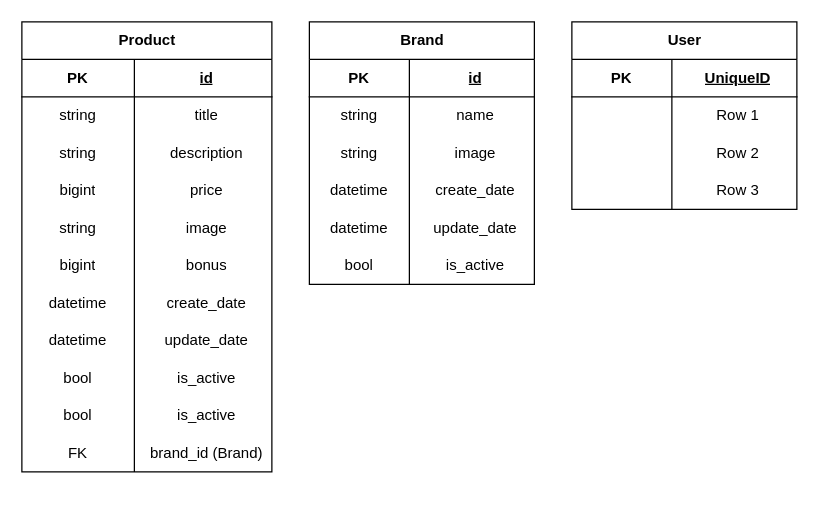
The draw.io diagram entity.drawio in Monksed/React_Shop, before the edit. Source tidied: cells renumbered, new cells numbered last; positions are measured from the earlier drawing's top-left corner, leaving out a move shared by most shapes. Both pictures are drawn from the tidied source at 125%, with x=0, y=0 at pixel (21, 21).
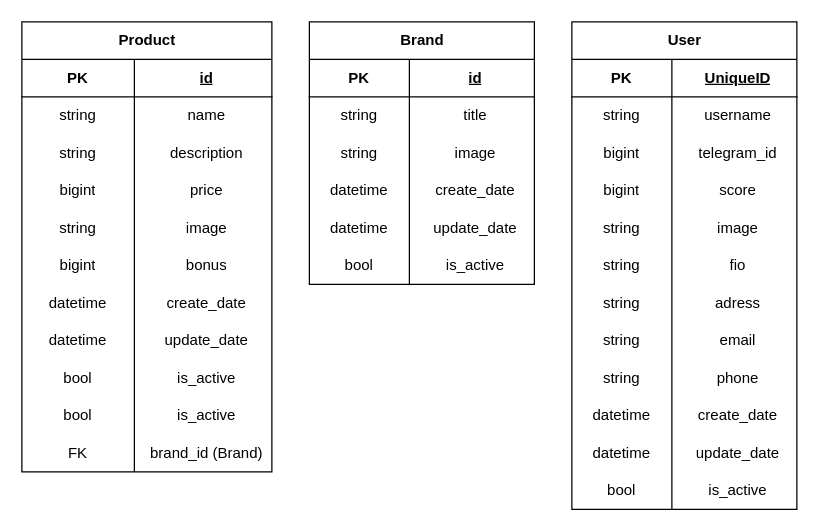
The same page after the edit.

Unchanged cells that the change refers to:
```xml
<mxCell id="6" style="shape=tableRow;horizontal=0;startSize=0;swimlaneHead=0;swimlaneBody=0;fillColor=none;top=0;left=0;right=0;bottom=0;align=center;" parent="2" vertex="1">
  <mxGeometry y="60" width="200" height="30" as="geometry" />
</mxCell>
<mxCell id="40" style="shape=tableRow;horizontal=0;startSize=0;swimlaneHead=0;swimlaneBody=0;fillColor=none;top=0;left=0;right=0;bottom=0;align=center;" parent="36" vertex="1">
  <mxGeometry y="60" width="180" height="30" as="geometry" />
</mxCell>
<mxCell id="59" style="shape=tableRow;horizontal=0;startSize=0;swimlaneHead=0;swimlaneBody=0;fillColor=none;top=0;left=0;right=0;bottom=0;align=center;" parent="55" vertex="1">
  <mxGeometry y="60" width="180" height="30" as="geometry" />
</mxCell>
<mxCell id="62" style="shape=tableRow;horizontal=0;startSize=0;swimlaneHead=0;swimlaneBody=0;fillColor=none;top=0;left=0;right=0;bottom=0;align=center;" parent="55" vertex="1">
  <mxGeometry y="90" width="180" height="30" as="geometry" />
</mxCell>
<mxCell id="65" style="shape=tableRow;horizontal=0;startSize=0;swimlaneHead=0;swimlaneBody=0;fillColor=none;top=0;left=0;right=0;bottom=0;align=center;" parent="55" vertex="1">
  <mxGeometry y="120" width="180" height="30" as="geometry" />
</mxCell>
```

Change to the diagram source:
```diff
@@
-    <mxCell id="8" value="title" style="shape=partialRectangle;fillColor=none;top=0;left=0;bottom=0;right=0;align=center;spacingLeft=6;overflow=hidden;whiteSpace=wrap;html=1;" parent="6" vertex="1">
+    <mxCell id="8" value="name" style="shape=partialRectangle;fillColor=none;top=0;left=0;bottom=0;right=0;align=center;spacingLeft=6;overflow=hidden;whiteSpace=wrap;html=1;" parent="6" vertex="1">
       <mxGeometry x="90" width="110" height="30" as="geometry" />
     </mxCell>
@@
-    <mxCell id="42" value="name" style="shape=partialRectangle;fillColor=none;top=0;left=0;bottom=0;right=0;align=center;spacingLeft=6;overflow=hidden;whiteSpace=wrap;html=1;" parent="40" vertex="1">
+    <mxCell id="42" value="title" style="shape=partialRectangle;fillColor=none;top=0;left=0;bottom=0;right=0;align=center;spacingLeft=6;overflow=hidden;whiteSpace=wrap;html=1;" parent="40" vertex="1">
       <mxGeometry x="80" width="100" height="30" as="geometry" />
     </mxCell>
@@
     <mxCell id="55" value="User" style="shape=table;startSize=30;childLayout=tableLayout;rowLines=0;fontStyle=1;align=center;html=1;" parent="1" vertex="1">
-      <mxGeometry x="440" width="180" height="150" as="geometry" />
+      <mxGeometry x="440" width="180" height="390" as="geometry" />
     </mxCell>
@@
-    <mxCell id="60" style="shape=partialRectangle;fillColor=none;top=0;left=0;bottom=0;right=0;overflow=hidden;whiteSpace=wrap;html=1;align=center;" parent="59" vertex="1">
+    <mxCell id="60" value="string" style="shape=partialRectangle;fillColor=none;top=0;left=0;bottom=0;right=0;overflow=hidden;whiteSpace=wrap;html=1;align=center;" parent="59" vertex="1">
       <mxGeometry width="80" height="30" as="geometry" />
     </mxCell>
-    <mxCell id="61" value="Row 1" style="shape=partialRectangle;fillColor=none;top=0;left=0;bottom=0;right=0;align=center;spacingLeft=6;overflow=hidden;whiteSpace=wrap;html=1;" parent="59" vertex="1">
+    <mxCell id="61" value="username" style="shape=partialRectangle;fillColor=none;top=0;left=0;bottom=0;right=0;align=center;spacingLeft=6;overflow=hidden;whiteSpace=wrap;html=1;" parent="59" vertex="1">
       <mxGeometry x="80" width="100" height="30" as="geometry" />
     </mxCell>
@@
-    <mxCell id="63" style="shape=partialRectangle;fillColor=none;top=0;left=0;bottom=0;right=0;overflow=hidden;whiteSpace=wrap;html=1;align=center;" parent="62" vertex="1">
+    <mxCell id="63" value="bigint" style="shape=partialRectangle;fillColor=none;top=0;left=0;bottom=0;right=0;overflow=hidden;whiteSpace=wrap;html=1;align=center;" parent="62" vertex="1">
       <mxGeometry width="80" height="30" as="geometry" />
     </mxCell>
-    <mxCell id="64" value="Row 2" style="shape=partialRectangle;fillColor=none;top=0;left=0;bottom=0;right=0;align=center;spacingLeft=6;overflow=hidden;whiteSpace=wrap;html=1;" parent="62" vertex="1">
+    <mxCell id="64" value="telegram_id" style="shape=partialRectangle;fillColor=none;top=0;left=0;bottom=0;right=0;align=center;spacingLeft=6;overflow=hidden;whiteSpace=wrap;html=1;" parent="62" vertex="1">
       <mxGeometry x="80" width="100" height="30" as="geometry" />
     </mxCell>
@@
-    <mxCell id="66" style="shape=partialRectangle;fillColor=none;top=0;left=0;bottom=0;right=0;overflow=hidden;whiteSpace=wrap;html=1;align=center;" parent="65" vertex="1">
+    <mxCell id="66" value="bigint" style="shape=partialRectangle;fillColor=none;top=0;left=0;bottom=0;right=0;overflow=hidden;whiteSpace=wrap;html=1;align=center;" parent="65" vertex="1">
       <mxGeometry width="80" height="30" as="geometry" />
     </mxCell>
-    <mxCell id="67" value="Row 3" style="shape=partialRectangle;fillColor=none;top=0;left=0;bottom=0;right=0;align=center;spacingLeft=6;overflow=hidden;whiteSpace=wrap;html=1;" parent="65" vertex="1">
+    <mxCell id="67" value="score" style="shape=partialRectangle;fillColor=none;top=0;left=0;bottom=0;right=0;align=center;spacingLeft=6;overflow=hidden;whiteSpace=wrap;html=1;" parent="65" vertex="1">
       <mxGeometry x="80" width="100" height="30" as="geometry" />
     </mxCell>
+    <mxCell id="68" style="shape=tableRow;horizontal=0;startSize=0;swimlaneHead=0;swimlaneBody=0;fillColor=none;top=0;left=0;right=0;bottom=0;align=center;" parent="55" vertex="1">
+      <mxGeometry y="150" width="180" height="30" as="geometry" />
+    </mxCell>
+    <mxCell id="69" value="string" style="shape=partialRectangle;fillColor=none;top=0;left=0;bottom=0;right=0;overflow=hidden;whiteSpace=wrap;html=1;align=center;" parent="68" vertex="1">
+      <mxGeometry width="80" height="30" as="geometry" />
+    </mxCell>
+    <mxCell id="70" value="image" style="shape=partialRectangle;fillColor=none;top=0;left=0;bottom=0;right=0;align=center;spacingLeft=6;overflow=hidden;whiteSpace=wrap;html=1;" parent="68" vertex="1">
+      <mxGeometry x="80" width="100" height="30" as="geometry" />
+    </mxCell>
+    <mxCell id="71" style="shape=tableRow;horizontal=0;startSize=0;swimlaneHead=0;swimlaneBody=0;fillColor=none;top=0;left=0;right=0;bottom=0;align=center;" parent="55" vertex="1">
+      <mxGeometry y="180" width="180" height="30" as="geometry" />
+    </mxCell>
+    <mxCell id="72" value="string" style="shape=partialRectangle;fillColor=none;top=0;left=0;bottom=0;right=0;overflow=hidden;whiteSpace=wrap;html=1;align=center;" parent="71" vertex="1">
+      <mxGeometry width="80" height="30" as="geometry" />
+    </mxCell>
+    <mxCell id="73" value="fio" style="shape=partialRectangle;fillColor=none;top=0;left=0;bottom=0;right=0;align=center;spacingLeft=6;overflow=hidden;whiteSpace=wrap;html=1;" parent="71" vertex="1">
+      <mxGeometry x="80" width="100" height="30" as="geometry" />
+    </mxCell>
+    <mxCell id="74" style="shape=tableRow;horizontal=0;startSize=0;swimlaneHead=0;swimlaneBody=0;fillColor=none;top=0;left=0;right=0;bottom=0;align=center;" parent="55" vertex="1">
+      <mxGeometry y="210" width="180" height="30" as="geometry" />
+    </mxCell>
+    <mxCell id="75" value="string" style="shape=partialRectangle;fillColor=none;top=0;left=0;bottom=0;right=0;overflow=hidden;whiteSpace=wrap;html=1;align=center;" parent="74" vertex="1">
+      <mxGeometry width="80" height="30" as="geometry" />
+    </mxCell>
+    <mxCell id="76" value="adress" style="shape=partialRectangle;fillColor=none;top=0;left=0;bottom=0;right=0;align=center;spacingLeft=6;overflow=hidden;whiteSpace=wrap;html=1;" parent="74" vertex="1">
+      <mxGeometry x="80" width="100" height="30" as="geometry" />
+    </mxCell>
+    <mxCell id="77" style="shape=tableRow;horizontal=0;startSize=0;swimlaneHead=0;swimlaneBody=0;fillColor=none;top=0;left=0;right=0;bottom=0;align=center;" parent="55" vertex="1">
+      <mxGeometry y="240" width="180" height="30" as="geometry" />
+    </mxCell>
+    <mxCell id="78" value="string" style="shape=partialRectangle;fillColor=none;top=0;left=0;bottom=0;right=0;overflow=hidden;whiteSpace=wrap;html=1;align=center;" parent="77" vertex="1">
+      <mxGeometry width="80" height="30" as="geometry" />
+    </mxCell>
+    <mxCell id="79" value="email" style="shape=partialRectangle;fillColor=none;top=0;left=0;bottom=0;right=0;align=center;spacingLeft=6;overflow=hidden;whiteSpace=wrap;html=1;" parent="77" vertex="1">
+      <mxGeometry x="80" width="100" height="30" as="geometry" />
+    </mxCell>
+    <mxCell id="80" style="shape=tableRow;horizontal=0;startSize=0;swimlaneHead=0;swimlaneBody=0;fillColor=none;top=0;left=0;right=0;bottom=0;align=center;" parent="55" vertex="1">
+      <mxGeometry y="270" width="180" height="30" as="geometry" />
+    </mxCell>
+    <mxCell id="81" value="string" style="shape=partialRectangle;fillColor=none;top=0;left=0;bottom=0;right=0;overflow=hidden;whiteSpace=wrap;html=1;align=center;" parent="80" vertex="1">
+      <mxGeometry width="80" height="30" as="geometry" />
+    </mxCell>
+    <mxCell id="82" value="phone" style="shape=partialRectangle;fillColor=none;top=0;left=0;bottom=0;right=0;align=center;spacingLeft=6;overflow=hidden;whiteSpace=wrap;html=1;" parent="80" vertex="1">
+      <mxGeometry x="80" width="100" height="30" as="geometry" />
+    </mxCell>
+    <mxCell id="83" style="shape=tableRow;horizontal=0;startSize=0;swimlaneHead=0;swimlaneBody=0;fillColor=none;top=0;left=0;right=0;bottom=0;align=center;" parent="55" vertex="1">
+      <mxGeometry y="300" width="180" height="30" as="geometry" />
+    </mxCell>
+    <mxCell id="84" value="datetime" style="shape=partialRectangle;fillColor=none;top=0;left=0;bottom=0;right=0;overflow=hidden;whiteSpace=wrap;html=1;align=center;" parent="83" vertex="1">
+      <mxGeometry width="80" height="30" as="geometry" />
+    </mxCell>
+    <mxCell id="85" value="create_date" style="shape=partialRectangle;fillColor=none;top=0;left=0;bottom=0;right=0;align=center;spacingLeft=6;overflow=hidden;whiteSpace=wrap;html=1;" parent="83" vertex="1">
+      <mxGeometry x="80" width="100" height="30" as="geometry" />
+    </mxCell>
+    <mxCell id="86" style="shape=tableRow;horizontal=0;startSize=0;swimlaneHead=0;swimlaneBody=0;fillColor=none;top=0;left=0;right=0;bottom=0;align=center;" parent="55" vertex="1">
+      <mxGeometry y="330" width="180" height="30" as="geometry" />
+    </mxCell>
+    <mxCell id="87" value="datetime" style="shape=partialRectangle;fillColor=none;top=0;left=0;bottom=0;right=0;overflow=hidden;whiteSpace=wrap;html=1;align=center;" parent="86" vertex="1">
+      <mxGeometry width="80" height="30" as="geometry" />
+    </mxCell>
+    <mxCell id="88" value="update_date" style="shape=partialRectangle;fillColor=none;top=0;left=0;bottom=0;right=0;align=center;spacingLeft=6;overflow=hidden;whiteSpace=wrap;html=1;" parent="86" vertex="1">
+      <mxGeometry x="80" width="100" height="30" as="geometry" />
+    </mxCell>
+    <mxCell id="89" style="shape=tableRow;horizontal=0;startSize=0;swimlaneHead=0;swimlaneBody=0;fillColor=none;top=0;left=0;right=0;bottom=0;align=center;" parent="55" vertex="1">
+      <mxGeometry y="360" width="180" height="30" as="geometry" />
+    </mxCell>
+    <mxCell id="90" value="bool" style="shape=partialRectangle;fillColor=none;top=0;left=0;bottom=0;right=0;overflow=hidden;whiteSpace=wrap;html=1;align=center;" parent="89" vertex="1">
+      <mxGeometry width="80" height="30" as="geometry" />
+    </mxCell>
+    <mxCell id="91" value="is_active" style="shape=partialRectangle;fillColor=none;top=0;left=0;bottom=0;right=0;align=center;spacingLeft=6;overflow=hidden;whiteSpace=wrap;html=1;" parent="89" vertex="1">
+      <mxGeometry x="80" width="100" height="30" as="geometry" />
+    </mxCell>
```
